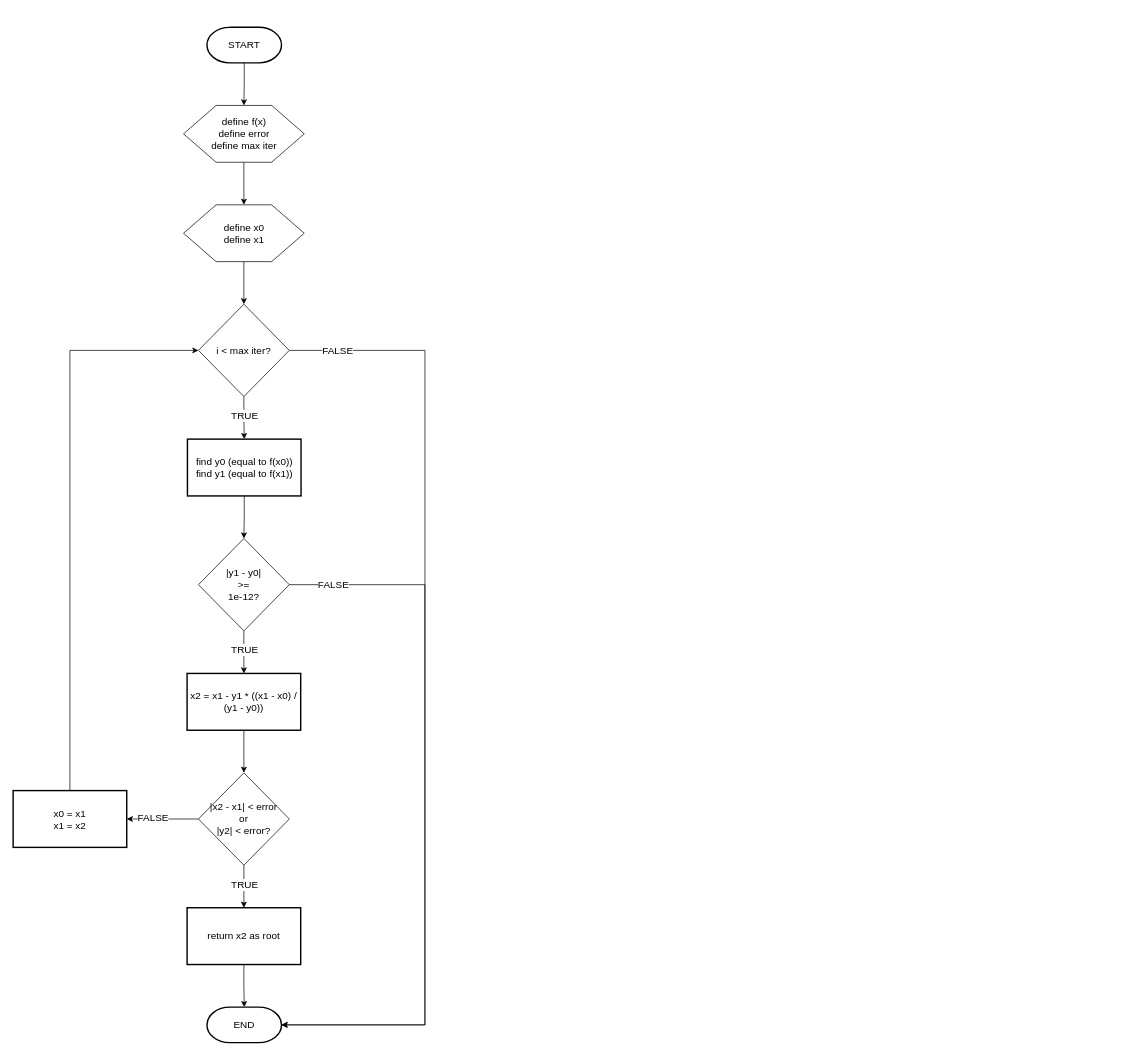
Above: secant/secant.drawio in HarisHerdiansyah/computational-math (draw.io), before the change. Source tidied: cells renumbered, new cells numbered last; positions are measured from the earlier drawing's top-left corner, leaving out a move shared by most shapes. Both pictures are drawn from the tidied source at 71%, with x=0, y=0 at pixel (13, 27).
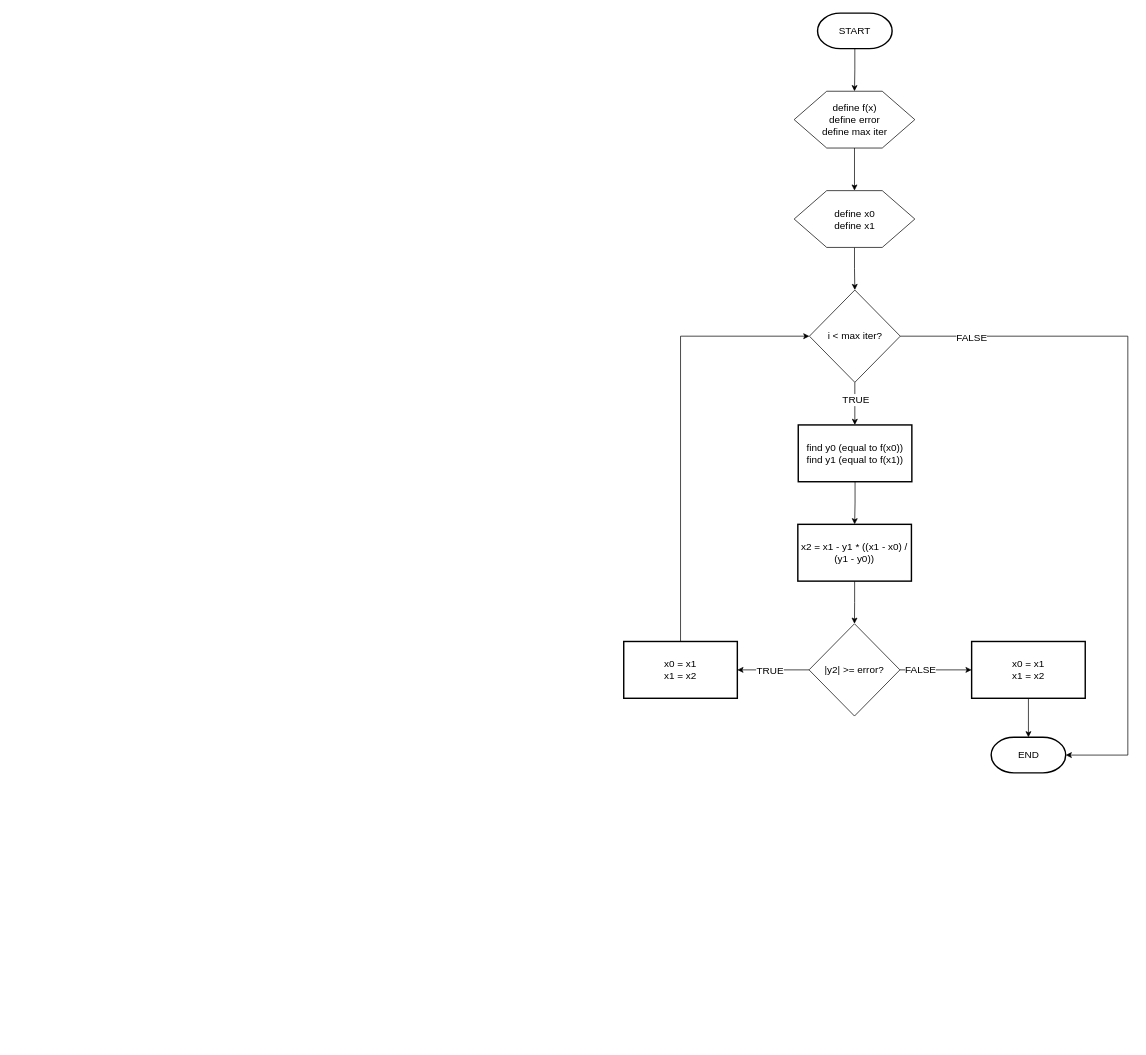
The same page after the edit.

Diff of the diagram source:
```diff
@@
     <mxCell id="3" value="START" style="strokeWidth=2;html=1;shape=mxgraph.flowchart.terminator;whiteSpace=wrap;fontSize=14;" parent="1" vertex="1">
-      <mxGeometry x="273" width="105" height="50" as="geometry" />
+      <mxGeometry x="1133" y="-20" width="105" height="50" as="geometry" />
     </mxCell>
@@
     <mxCell id="5" value="define f(x)&lt;div&gt;define error&lt;/div&gt;&lt;div&gt;define max iter&lt;/div&gt;" style="verticalLabelPosition=middle;verticalAlign=middle;html=1;shape=hexagon;perimeter=hexagonPerimeter2;arcSize=6;size=0.27;labelPosition=center;align=center;fontSize=14;" parent="1" vertex="1">
-      <mxGeometry x="240" y="110" width="170" height="80" as="geometry" />
+      <mxGeometry x="1100" y="90" width="170" height="80" as="geometry" />
     </mxCell>
@@
     <mxCell id="7" value="define x0&lt;div&gt;define x1&lt;/div&gt;" style="verticalLabelPosition=middle;verticalAlign=middle;html=1;shape=hexagon;perimeter=hexagonPerimeter2;arcSize=6;size=0.27;labelPosition=center;align=center;fontSize=14;" parent="1" vertex="1">
-      <mxGeometry x="240" y="250" width="170" height="80" as="geometry" />
+      <mxGeometry x="1100" y="230" width="170" height="80" as="geometry" />
     </mxCell>
-    <mxCell id="8" style="edgeStyle=orthogonalEdgeStyle;rounded=0;jettySize=auto;html=1;" parent="1" edge="1" source="10" target="12">
-      <mxGeometry relative="1" as="geometry" />
-    </mxCell>
-    <mxCell id="9" value="&lt;font style=&quot;font-size: 14px;&quot;&gt;TRUE&lt;/font&gt;" style="edgeLabel;html=1;align=center;verticalAlign=middle;" parent="8" vertex="1">
-      <mxGeometry x="-0.15" relative="1" as="geometry" />
-    </mxCell>
+    <mxCell id="32" style="edgeStyle=orthogonalEdgeStyle;rounded=0;jettySize=auto;html=1;" parent="1" edge="1" source="10">
+      <mxGeometry relative="1" as="geometry">
+        <mxPoint x="1185.5" y="560" as="targetPoint" />
+      </mxGeometry>
+    </mxCell>
+    <mxCell id="33" value="&lt;span style=&quot;font-size: 14px;&quot;&gt;TRUE&lt;/span&gt;" style="edgeLabel;html=1;align=center;verticalAlign=middle;" parent="32" vertex="1">
+      <mxGeometry x="-0.21" y="1" relative="1" as="geometry" />
+    </mxCell>
     <mxCell id="10" value="&lt;div&gt;i &amp;lt; max iter?&lt;/div&gt;" style="rhombus;whiteSpace=wrap;html=1;fontSize=14;" parent="1" vertex="1">
-      <mxGeometry x="261" y="390" width="128" height="130" as="geometry" />
+      <mxGeometry x="1121.5" y="370" width="128" height="130" as="geometry" />
     </mxCell>
-    <mxCell id="11" style="edgeStyle=orthogonalEdgeStyle;rounded=0;jettySize=auto;html=1;" parent="1" edge="1" source="12" target="15">
-      <mxGeometry relative="1" as="geometry" />
-    </mxCell>
+    <mxCell id="34" style="edgeStyle=orthogonalEdgeStyle;rounded=0;jettySize=auto;html=1;" parent="1" edge="1" source="12" target="17">
+      <mxGeometry relative="1" as="geometry" />
+    </mxCell>
     <mxCell id="12" value="find y0 (equal to f(x0))&lt;div&gt;find y1 (equal to f(x1))&lt;/div&gt;" style="rounded=1;whiteSpace=wrap;html=1;absoluteArcSize=1;arcSize=0;strokeWidth=2;fontSize=14;" parent="1" vertex="1">
-      <mxGeometry x="245.5" y="580" width="160" height="80" as="geometry" />
+      <mxGeometry x="1105.8" y="560" width="160" height="80" as="geometry" />
     </mxCell>
-    <mxCell id="13" style="edgeStyle=orthogonalEdgeStyle;rounded=0;jettySize=auto;html=1;" parent="1" edge="1" source="15" target="17">
-      <mxGeometry relative="1" as="geometry" />
-    </mxCell>
-    <mxCell id="14" value="&lt;font style=&quot;font-size: 14px;&quot;&gt;TRUE&lt;/font&gt;" style="edgeLabel;html=1;align=center;verticalAlign=middle;" parent="13" vertex="1">
-      <mxGeometry x="-0.13" relative="1" as="geometry" />
-    </mxCell>
-    <mxCell id="15" value="&lt;div&gt;|y1 - y0|&lt;/div&gt;&lt;div&gt;&amp;gt;=&lt;/div&gt;&lt;div&gt;1e-12?&lt;/div&gt;" style="rhombus;whiteSpace=wrap;html=1;fontSize=14;" parent="1" vertex="1">
-      <mxGeometry x="261" y="720" width="128" height="130" as="geometry" />
-    </mxCell>
-    <mxCell id="16" style="edgeStyle=orthogonalEdgeStyle;rounded=0;jettySize=auto;html=1;" parent="1" edge="1" source="17" target="22">
-      <mxGeometry relative="1" as="geometry" />
-    </mxCell>
+    <mxCell id="35" style="edgeStyle=orthogonalEdgeStyle;rounded=0;jettySize=auto;html=1;" parent="1" edge="1" source="17" target="41">
+      <mxGeometry relative="1" as="geometry" />
+    </mxCell>
     <mxCell id="17" value="x2 = x1 - y1 * ((x1 - x0) / (y1 - y0))" style="rounded=1;whiteSpace=wrap;html=1;absoluteArcSize=1;arcSize=0;strokeWidth=2;fontSize=14;" parent="1" vertex="1">
-      <mxGeometry x="245" y="910" width="160" height="80" as="geometry" />
+      <mxGeometry x="1105.2" y="700" width="160" height="80" as="geometry" />
     </mxCell>
-    <mxCell id="18" style="edgeStyle=orthogonalEdgeStyle;rounded=0;jettySize=auto;html=1;" parent="1" edge="1" source="22" target="24">
-      <mxGeometry relative="1" as="geometry" />
-    </mxCell>
-    <mxCell id="19" value="&lt;font style=&quot;font-size: 14px;&quot;&gt;TRUE&lt;/font&gt;" style="edgeLabel;html=1;align=center;verticalAlign=middle;" parent="18" vertex="1">
-      <mxGeometry x="-0.09" relative="1" as="geometry" />
-    </mxCell>
-    <mxCell id="20" style="edgeStyle=orthogonalEdgeStyle;rounded=0;jettySize=auto;html=1;" parent="1" edge="1" source="22" target="31">
-      <mxGeometry relative="1" as="geometry" />
-    </mxCell>
+    <mxCell id="36" style="edgeStyle=orthogonalEdgeStyle;rounded=0;jettySize=auto;html=1;exitX=0.5;exitY=0;exitDx=0;exitDy=0;entryX=0;entryY=0.5;entryDx=0;entryDy=0;" parent="1" edge="1" source="37" target="10">
+      <mxGeometry relative="1" as="geometry" />
+    </mxCell>
+    <mxCell id="37" value="x0 = x1&lt;div&gt;x1 = x2&lt;/div&gt;" style="rounded=1;whiteSpace=wrap;html=1;absoluteArcSize=1;arcSize=0;strokeWidth=2;fontSize=14;" parent="1" vertex="1">
+      <mxGeometry x="860" y="865" width="160" height="80" as="geometry" />
+    </mxCell>
+    <mxCell id="38" style="edgeStyle=orthogonalEdgeStyle;rounded=0;jettySize=auto;html=1;" parent="1" edge="1" source="41" target="42">
+      <mxGeometry relative="1" as="geometry" />
+    </mxCell>
-    <mxCell id="21" value="&lt;span style=&quot;font-size: 14px;&quot;&gt;FALSE&lt;/span&gt;" style="edgeLabel;html=1;align=center;verticalAlign=middle;" parent="20" vertex="1">
-      <mxGeometry x="0.29" y="-2" relative="1" as="geometry" />
+    <mxCell id="21" value="&lt;span style=&quot;font-size: 14px;&quot;&gt;FALSE&lt;/span&gt;" style="edgeLabel;html=1;align=center;verticalAlign=middle;" parent="38" vertex="1">
+      <mxGeometry x="-0.45" y="1" relative="1" as="geometry" />
     </mxCell>
-    <mxCell id="22" value="&lt;div&gt;|x2 - x1| &amp;lt; error&lt;/div&gt;&lt;div&gt;or&lt;/div&gt;&lt;div&gt;|y2| &amp;lt; error?&lt;/div&gt;" style="rhombus;whiteSpace=wrap;html=1;fontSize=14;" parent="1" vertex="1">
-      <mxGeometry x="261" y="1050" width="128" height="130" as="geometry" />
-    </mxCell>
-    <mxCell id="23" style="edgeStyle=orthogonalEdgeStyle;rounded=0;jettySize=auto;html=1;" parent="1" edge="1" source="24" target="25">
-      <mxGeometry relative="1" as="geometry" />
-    </mxCell>
-    <mxCell id="24" value="return x2 as root" style="rounded=1;whiteSpace=wrap;html=1;absoluteArcSize=1;arcSize=0;strokeWidth=2;fontSize=14;" parent="1" vertex="1">
-      <mxGeometry x="245" y="1240" width="160" height="80" as="geometry" />
-    </mxCell>
+    <mxCell id="39" style="edgeStyle=orthogonalEdgeStyle;rounded=0;jettySize=auto;html=1;" parent="1" edge="1" source="41" target="37">
+      <mxGeometry relative="1" as="geometry" />
+    </mxCell>
+    <mxCell id="40" value="&lt;font style=&quot;font-size: 14px;&quot;&gt;TRUE&lt;/font&gt;" style="edgeLabel;html=1;align=center;verticalAlign=middle;" parent="39" vertex="1">
+      <mxGeometry x="0.11" relative="1" as="geometry" />
+    </mxCell>
+    <mxCell id="41" value="|y2| &amp;gt;= error?" style="rhombus;whiteSpace=wrap;html=1;fontSize=14;" parent="1" vertex="1">
+      <mxGeometry x="1121" y="840" width="128" height="130" as="geometry" />
+    </mxCell>
+    <mxCell id="42" value="x0 = x1&lt;div&gt;x1 = x2&lt;/div&gt;" style="rounded=1;whiteSpace=wrap;html=1;absoluteArcSize=1;arcSize=0;strokeWidth=2;fontSize=14;" parent="1" vertex="1">
+      <mxGeometry x="1350" y="865" width="160" height="80" as="geometry" />
+    </mxCell>
     <mxCell id="25" value="END" style="strokeWidth=2;html=1;shape=mxgraph.flowchart.terminator;whiteSpace=wrap;fontSize=14;" parent="1" vertex="1">
-      <mxGeometry x="273" y="1380" width="105" height="50" as="geometry" />
+      <mxGeometry x="1377.5" y="1000" width="105" height="50" as="geometry" />
     </mxCell>
+    <mxCell id="43" style="edgeStyle=orthogonalEdgeStyle;rounded=0;jettySize=auto;html=1;exitX=0.5;exitY=1;exitDx=0;exitDy=0;entryX=0.5;entryY=0;entryDx=0;entryDy=0;entryPerimeter=0;" parent="1" edge="1" source="42" target="25">
+      <mxGeometry relative="1" as="geometry" />
+    </mxCell>
     <mxCell id="26" style="edgeStyle=orthogonalEdgeStyle;rounded=0;jettySize=auto;html=1;exitX=1;exitY=0.5;exitDx=0;exitDy=0;entryX=1;entryY=0.5;entryDx=0;entryDy=0;entryPerimeter=0;" parent="1" edge="1" source="10" target="25">
       <mxGeometry relative="1" as="geometry">
         <Array as="points">
-          <mxPoint x="580" y="455" />
-          <mxPoint x="580" y="1405" />
+          <mxPoint x="1570" y="435" />
+          <mxPoint x="1570" y="1025" />
         </Array>
       </mxGeometry>
     </mxCell>
-    <mxCell id="27" value="&lt;font style=&quot;font-size: 14px;&quot;&gt;FALSE&lt;/font&gt;" style="edgeLabel;html=1;align=center;verticalAlign=middle;" parent="26" vertex="1">
-      <mxGeometry x="-0.9" y="1" relative="1" as="geometry" />
-    </mxCell>
-    <mxCell id="28" style="edgeStyle=orthogonalEdgeStyle;rounded=0;jettySize=auto;html=1;exitX=1;exitY=0.5;exitDx=0;exitDy=0;entryX=1;entryY=0.5;entryDx=0;entryDy=0;entryPerimeter=0;" parent="1" edge="1" source="15" target="25">
-      <mxGeometry relative="1" as="geometry">
-        <Array as="points">
-          <mxPoint x="580" y="785" />
-          <mxPoint x="580" y="1405" />
-        </Array>
-      </mxGeometry>
-    </mxCell>
-    <mxCell id="29" value="&lt;font style=&quot;font-size: 14px;&quot;&gt;FALSE&lt;/font&gt;" style="edgeLabel;html=1;align=center;verticalAlign=middle;" parent="28" vertex="1">
-      <mxGeometry x="-0.88" y="1" relative="1" as="geometry" />
-    </mxCell>
-    <mxCell id="30" style="edgeStyle=orthogonalEdgeStyle;rounded=0;jettySize=auto;html=1;exitX=0.5;exitY=0;exitDx=0;exitDy=0;entryX=0;entryY=0.5;entryDx=0;entryDy=0;" parent="1" edge="1" source="31" target="10">
-      <mxGeometry relative="1" as="geometry" />
-    </mxCell>
-    <mxCell id="31" value="x0 = x1&lt;div&gt;x1 = x2&lt;/div&gt;" style="rounded=1;whiteSpace=wrap;html=1;absoluteArcSize=1;arcSize=0;strokeWidth=2;fontSize=14;" parent="1" vertex="1">
-      <mxGeometry y="1075" width="160" height="80" as="geometry" />
-    </mxCell>
+    <mxCell id="44" value="&lt;font style=&quot;font-size: 14px;&quot;&gt;FALSE&lt;/font&gt;" style="edgeLabel;html=1;align=center;verticalAlign=middle;" parent="26" vertex="1">
+      <mxGeometry x="-0.8" y="-1" relative="1" as="geometry" />
+    </mxCell>
```
